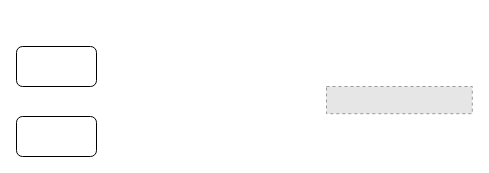
Earlier version of the draw.io diagram 集市层批流一体.drawio (mineminemine123/work-wiki). Source tidied: cells renumbered, new cells numbered last; positions are measured from the earlier drawing's top-left corner, leaving out a move shared by most shapes. Both pictures are drawn from the tidied source at 100%, with x=0, y=0 at pixel (16, 46). Pictures stored in the file or linked from it are replaced by grey dashed boxes.
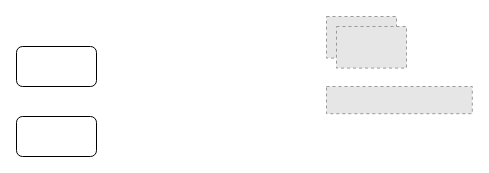
The same diagram, later.

Commit message (it also covers changes not shown here):
更新集市层批流一体.drawio

What changed in the source:
```diff
@@
 <mxGraphModel>
   <root>
     <mxCell id="0" />
     <mxCell id="1" parent="0" />
     <mxCell id="2" style="rounded=1;whiteSpace=wrap;html=1;" parent="1" vertex="1">
       <mxGeometry width="80" height="40" as="geometry" />
     </mxCell>
     <mxCell id="3" style="rounded=1;whiteSpace=wrap;html=1;" parent="1" vertex="1">
       <mxGeometry y="70" width="80" height="40" as="geometry" />
     </mxCell>
     <mxCell id="4" style="fillColor=#E6E6E6;strokeColor=#999999;dashed=1;verticalLabelPosition=bottom;labelBackgroundColor=default;verticalAlign=top;" parent="1" vertex="1">
       <mxGeometry x="310" y="40" width="145.8" height="27.2" as="geometry" />
     </mxCell>
+    <mxCell id="5" style="fillColor=#E6E6E6;strokeColor=#999999;dashed=1;verticalLabelPosition=bottom;labelBackgroundColor=default;verticalAlign=top;" parent="1" vertex="1">
+      <mxGeometry x="310" y="-30" width="70" height="41.6" as="geometry" />
+    </mxCell>
+    <mxCell id="6" style="fillColor=#E6E6E6;strokeColor=#999999;dashed=1;verticalLabelPosition=bottom;labelBackgroundColor=default;verticalAlign=top;" parent="1" vertex="1">
+      <mxGeometry x="320" y="-20" width="70" height="41.6" as="geometry" />
+    </mxCell>
   </root>
 </mxGraphModel>
```
